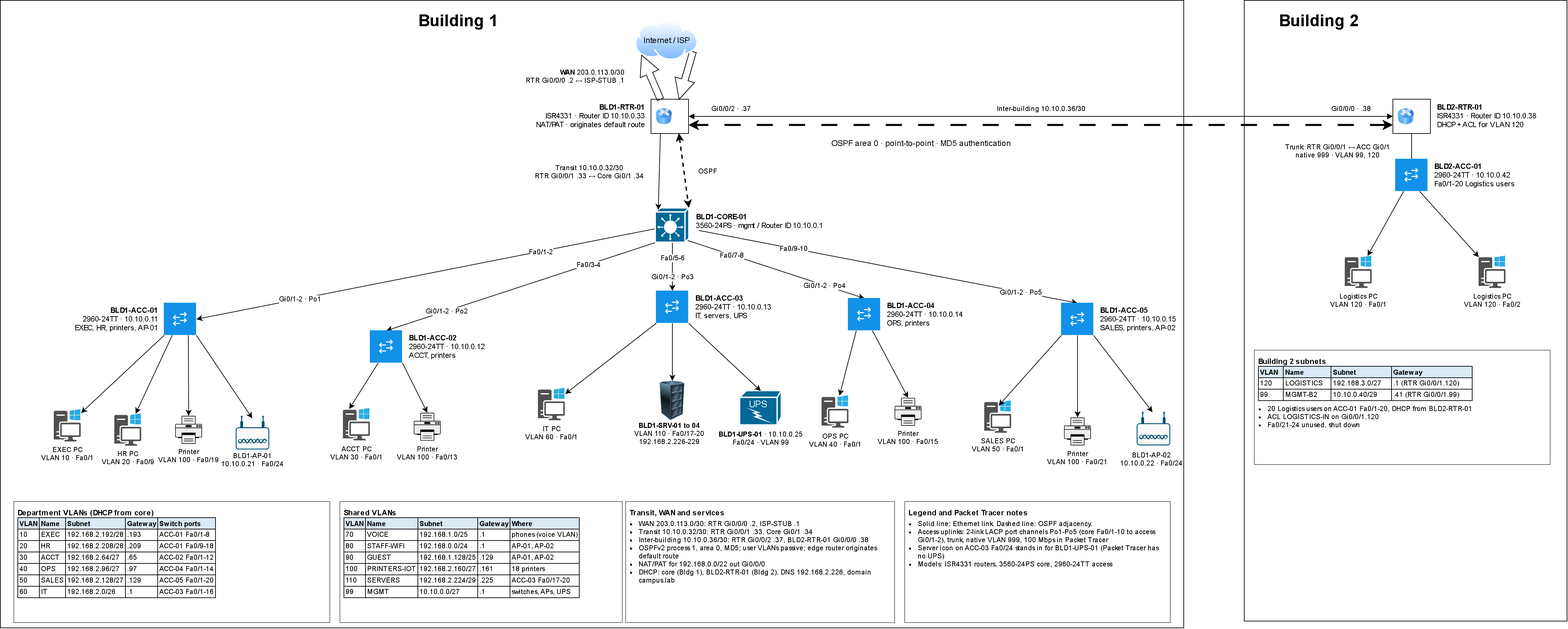
Earlier version of the draw.io export Diagrams/logical-topology.png (AtongTerry/network-infrastructure-design-deployment). Source tidied: cells renumbered, new cells last; positions are measured from the earlier drawing's top-left corner, leaving out a move shared by most shapes.
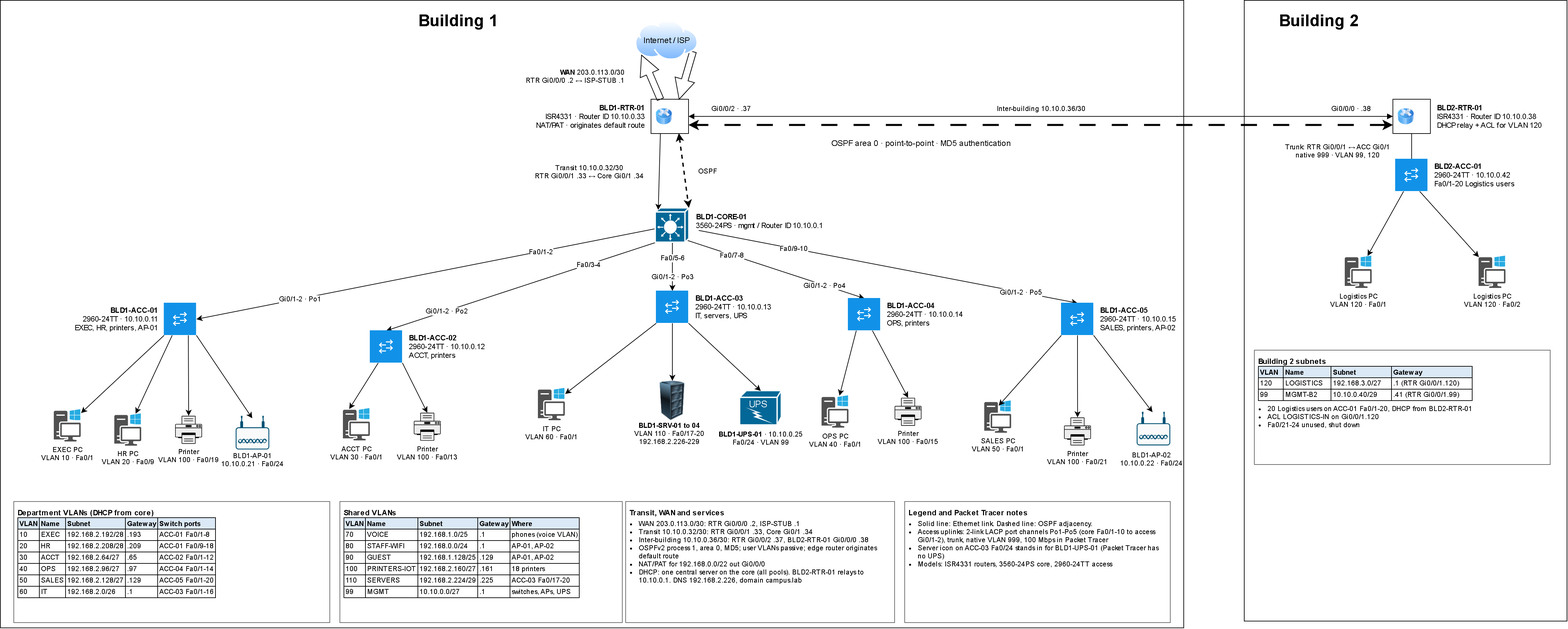
After the change.

Commit message:
Modified DHCP config

The edit, as a diff of the source:
```diff
@@ -166,7 +166,7 @@
         <mxPoint x="-110" as="offset" />
       </mxGeometry>
     </mxCell>
-    <mxCell id="52" value="&lt;b&gt;BLD2-RTR-01&lt;/b&gt;&lt;br&gt;ISR4331 · Router ID 10.10.0.38&lt;br&gt;DHCP + ACL for VLAN 120" style="image=img/lib/clip_art/networking/Router_Icon_128x128.png;html=1;labelPerimeter=1;fontSize=11;fontColor=#000000;labelBackgroundColor=#ffffff;whiteSpace=nowrap;labelPosition=right;verticalLabelPosition=middle;align=left;verticalAlign=middle;spacingLeft=8;" parent="1" vertex="1">
+    <mxCell id="52" value="&lt;b&gt;BLD2-RTR-01&lt;/b&gt;&lt;br&gt;ISR4331 · Router ID 10.10.0.38&lt;br&gt;DHCP relay + ACL for VLAN 120" style="image=img/lib/clip_art/networking/Router_Icon_128x128.png;html=1;labelPerimeter=1;fontSize=11;fontColor=#000000;labelBackgroundColor=#ffffff;whiteSpace=nowrap;labelPosition=right;verticalLabelPosition=middle;align=left;verticalAlign=middle;spacingLeft=8;" parent="1" vertex="1">
       <mxGeometry x="2071.1" y="147" width="55.8" height="51" as="geometry" />
     </mxCell>
     <mxCell id="53" style="edgeStyle=orthogonalEdgeStyle;rounded=0;jettySize=auto;html=1;exitX=0.25;exitY=0;exitDx=0;exitDy=0;entryX=0.1;entryY=0.872;entryDx=0;entryDy=0;entryPerimeter=0;defaultLabelBackgroundColor=page;labelPadding=0 4;shape=arrow;" parent="1" edge="1" source="8" target="15">
@@ -272,7 +272,7 @@
     <mxCell id="83" value="&lt;b style=&quot;font-size:11px&quot;&gt;Shared VLANs&lt;/b&gt;&lt;br&gt;&lt;table border=&quot;1&quot; cellpadding=&quot;2&quot; cellspacing=&quot;0&quot; style=&quot;border-collapse:collapse;font-size:10px;width:100%&quot;&gt;&lt;tr style=&quot;background:#dbe8f5&quot;&gt;&lt;th align=&quot;left&quot;&gt;VLAN&lt;/th&gt;&lt;th align=&quot;left&quot;&gt;Name&lt;/th&gt;&lt;th align=&quot;left&quot;&gt;Subnet&lt;/th&gt;&lt;th align=&quot;left&quot;&gt;Gateway&lt;/th&gt;&lt;th align=&quot;left&quot;&gt;Where&lt;/th&gt;&lt;/tr&gt;&lt;tr&gt;&lt;td&gt;70&lt;/td&gt;&lt;td&gt;VOICE&lt;/td&gt;&lt;td&gt;192.168.1.0/25&lt;/td&gt;&lt;td&gt;.1&lt;/td&gt;&lt;td&gt;phones (voice VLAN)&lt;/td&gt;&lt;/tr&gt;&lt;tr&gt;&lt;td&gt;80&lt;/td&gt;&lt;td&gt;STAFF-WIFI&lt;/td&gt;&lt;td&gt;192.168.0.0/24&lt;/td&gt;&lt;td&gt;.1&lt;/td&gt;&lt;td&gt;AP-01, AP-02&lt;/td&gt;&lt;/tr&gt;&lt;tr&gt;&lt;td&gt;90&lt;/td&gt;&lt;td&gt;GUEST&lt;/td&gt;&lt;td&gt;192.168.1.128/25&lt;/td&gt;&lt;td&gt;.129&lt;/td&gt;&lt;td&gt;AP-01, AP-02&lt;/td&gt;&lt;/tr&gt;&lt;tr&gt;&lt;td&gt;100&lt;/td&gt;&lt;td&gt;PRINTERS-IOT&lt;/td&gt;&lt;td&gt;192.168.2.160/27&lt;/td&gt;&lt;td&gt;.161&lt;/td&gt;&lt;td&gt;18 printers&lt;/td&gt;&lt;/tr&gt;&lt;tr&gt;&lt;td&gt;110&lt;/td&gt;&lt;td&gt;SERVERS&lt;/td&gt;&lt;td&gt;192.168.2.224/29&lt;/td&gt;&lt;td&gt;.225&lt;/td&gt;&lt;td&gt;ACC-03 Fa0/17-20&lt;/td&gt;&lt;/tr&gt;&lt;tr&gt;&lt;td&gt;99&lt;/td&gt;&lt;td&gt;MGMT&lt;/td&gt;&lt;td&gt;10.10.0.0/27&lt;/td&gt;&lt;td&gt;.1&lt;/td&gt;&lt;td&gt;switches, APs, UPS&lt;/td&gt;&lt;/tr&gt;&lt;/table&gt;" style="text;html=1;whiteSpace=wrap;align=left;verticalAlign=top;fillColor=#ffffff;strokeColor=#666666;fontColor=#000000;fontSize=10;spacing=6;overflow=hidden;" parent="1" vertex="1">
       <mxGeometry x="505" y="745" width="420" height="180" as="geometry" />
     </mxCell>
-    <mxCell id="84" value="&lt;b style=&quot;font-size:11px&quot;&gt;Transit, WAN and services&lt;/b&gt;&lt;ul style=&quot;margin:4px 0 0 0;padding-left:14px&quot;&gt;&lt;li&gt;WAN 203.0.113.0/30: RTR Gi0/0/0 .2, ISP-STUB .1&lt;/li&gt;&lt;li&gt;Transit 10.10.0.32/30: RTR Gi0/0/1 .33, Core Gi0/1 .34&lt;/li&gt;&lt;li&gt;Inter-building 10.10.0.36/30: RTR Gi0/0/2 .37, BLD2-RTR-01 Gi0/0/0 .38&lt;/li&gt;&lt;li&gt;OSPFv2 process 1, area 0, MD5; user VLANs passive; edge router originates default route&lt;/li&gt;&lt;li&gt;NAT/PAT for 192.168.0.0/22 out Gi0/0/0&lt;/li&gt;&lt;li&gt;DHCP: core (Bldg 1), BLD2-RTR-01 (Bldg 2). DNS 192.168.2.226, domain campus.lab&lt;/li&gt;&lt;/ul&gt;" style="text;html=1;whiteSpace=wrap;align=left;verticalAlign=top;fillColor=#ffffff;strokeColor=#666666;fontColor=#000000;fontSize=10;spacing=6;overflow=hidden;" parent="1" vertex="1">
+    <mxCell id="84" value="&lt;b style=&quot;font-size:11px&quot;&gt;Transit, WAN and services&lt;/b&gt;&lt;ul style=&quot;margin:4px 0 0 0;padding-left:14px&quot;&gt;&lt;li&gt;WAN 203.0.113.0/30: RTR Gi0/0/0 .2, ISP-STUB .1&lt;/li&gt;&lt;li&gt;Transit 10.10.0.32/30: RTR Gi0/0/1 .33, Core Gi0/1 .34&lt;/li&gt;&lt;li&gt;Inter-building 10.10.0.36/30: RTR Gi0/0/2 .37, BLD2-RTR-01 Gi0/0/0 .38&lt;/li&gt;&lt;li&gt;OSPFv2 process 1, area 0, MD5; user VLANs passive; edge router originates default route&lt;/li&gt;&lt;li&gt;NAT/PAT for 192.168.0.0/22 out Gi0/0/0&lt;/li&gt;&lt;li&gt;DHCP: one central server on the core (all pools). BLD2-RTR-01 relays to 10.10.0.1. DNS 192.168.2.226, domain campus.lab&lt;/li&gt;&lt;/ul&gt;" style="text;html=1;whiteSpace=wrap;align=left;verticalAlign=top;fillColor=#ffffff;strokeColor=#666666;fontColor=#000000;fontSize=10;spacing=6;overflow=hidden;" parent="1" vertex="1">
       <mxGeometry x="930" y="745" width="400" height="180" as="geometry" />
     </mxCell>
     <mxCell id="85" value="&lt;b style=&quot;font-size:11px&quot;&gt;Legend and Packet Tracer notes&lt;/b&gt;&lt;ul style=&quot;margin:4px 0 0 0;padding-left:14px&quot;&gt;&lt;li&gt;Solid line: Ethernet link. Dashed line: OSPF adjacency.&lt;/li&gt;&lt;li&gt;Access uplinks: 2-link LACP port channels Po1-Po5 (core Fa0/1-10 to access Gi0/1-2), trunk, native VLAN 999, 100 Mbps in Packet Tracer&lt;/li&gt;&lt;li&gt;Server icon on ACC-03 Fa0/24 stands in for BLD1-UPS-01 (Packet Tracer has no UPS)&lt;/li&gt;&lt;li&gt;Models: ISR4331 routers, 3560-24PS core, 2960-24TT access&lt;/li&gt;&lt;/ul&gt;" style="text;html=1;whiteSpace=wrap;align=left;verticalAlign=top;fillColor=#ffffff;strokeColor=#666666;fontColor=#000000;fontSize=10;spacing=6;overflow=hidden;" parent="1" vertex="1">
```
